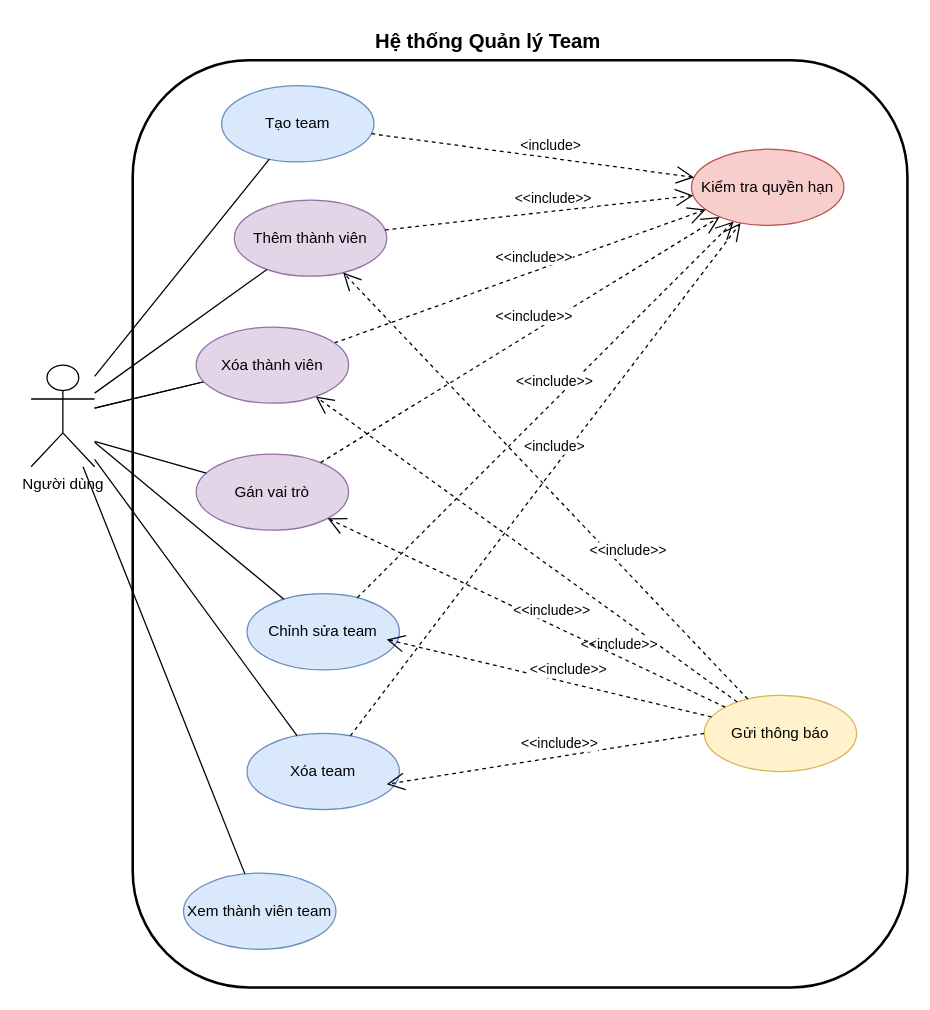
Above: drawio/USECASE/Team.usecase.drawio in NhatTanEDU/Web_UniPlan (draw.io), before the change. Source tidied: cells renumbered, new cells numbered last; positions are measured from the earlier drawing's top-left corner, leaving out a move shared by most shapes. Both pictures are drawn from the tidied source at 127%, with x=0, y=0 at pixel (30, 22).
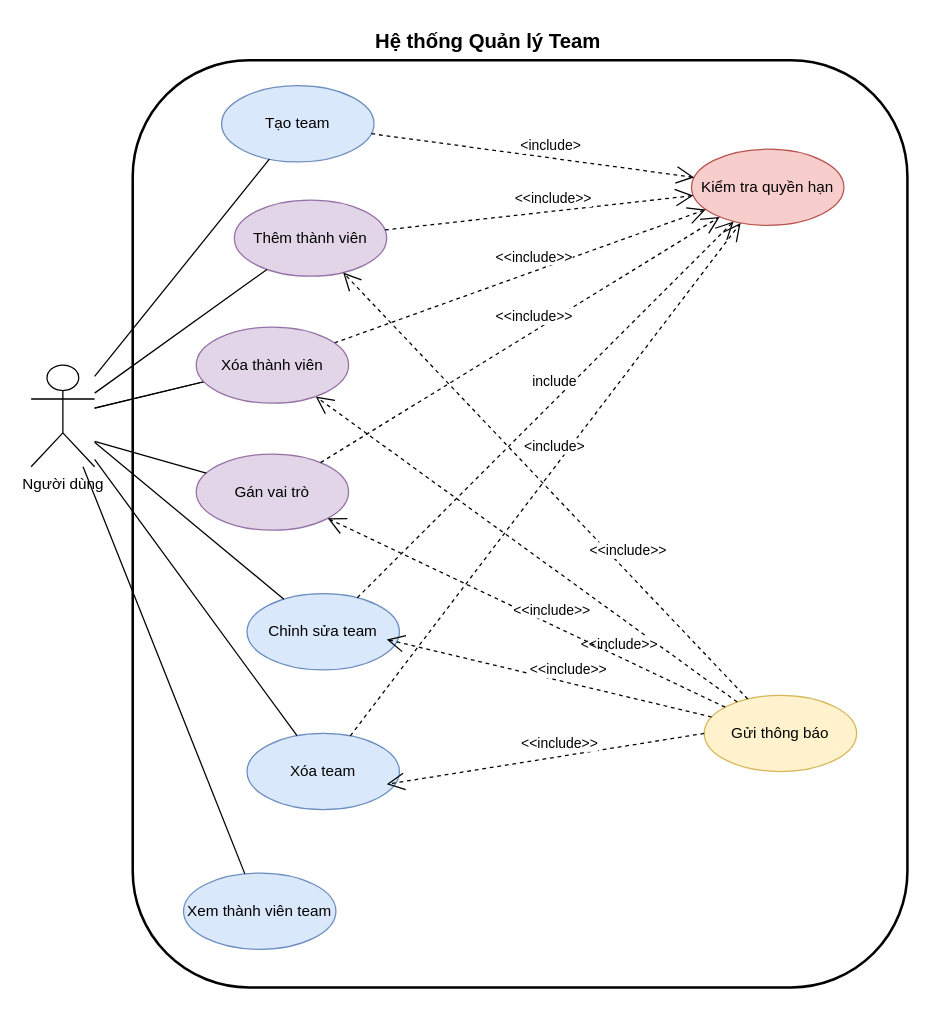
The same page after the edit.

Unchanged cells that the change refers to:
```xml
<mxCell id="6" value="Chỉnh sửa team" style="ellipse;whiteSpace=wrap;html=1;fillColor=#dae8fc;strokeColor=#6c8ebf;" parent="1" vertex="1">
  <mxGeometry x="170" y="450" width="120" height="60" as="geometry" />
</mxCell>
<mxCell id="11" value="Kiểm tra quyền hạn" style="ellipse;whiteSpace=wrap;html=1;fillColor=#f8cecc;strokeColor=#b85450;" parent="1" vertex="1">
  <mxGeometry x="520" y="100" width="120" height="60" as="geometry" />
</mxCell>
```

What changed in the source:
```diff
@@
-    <mxCell id="21" value="&amp;lt;&amp;lt;include&amp;gt;&amp;gt;" style="endArrow=open;endSize=12;dashed=1;html=1;rounded=0;labelPosition=center;verticalLabelPosition=middle;align=center;verticalAlign=middle;" parent="1" edge="1" source="6" target="11">
+    <mxCell id="21" value="include" style="endArrow=open;endSize=12;dashed=1;html=1;rounded=0;labelPosition=center;verticalLabelPosition=middle;align=center;verticalAlign=middle;" parent="1" edge="1" source="6" target="11">
       <mxGeometry x="0.1" y="10" relative="1" as="geometry" />
     </mxCell>
```
